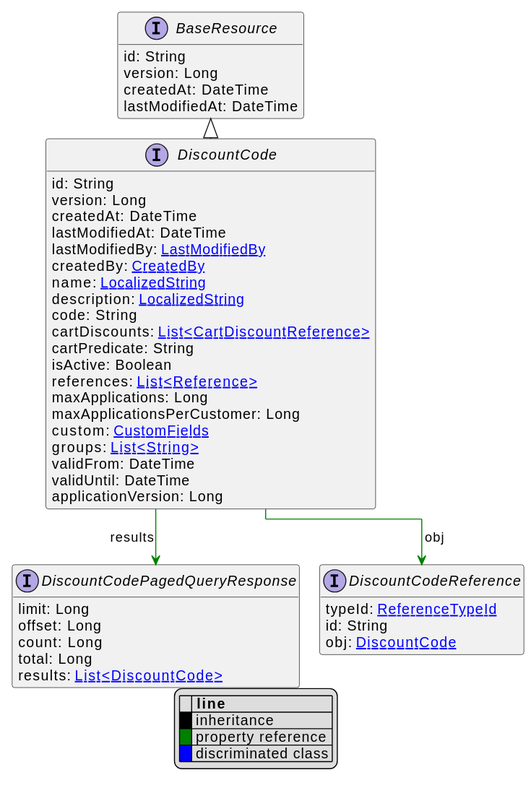
Above: uml/api/svg/DiscountCode.svg in commercetools/commercetools-api-reference (PlantUML), before the change.
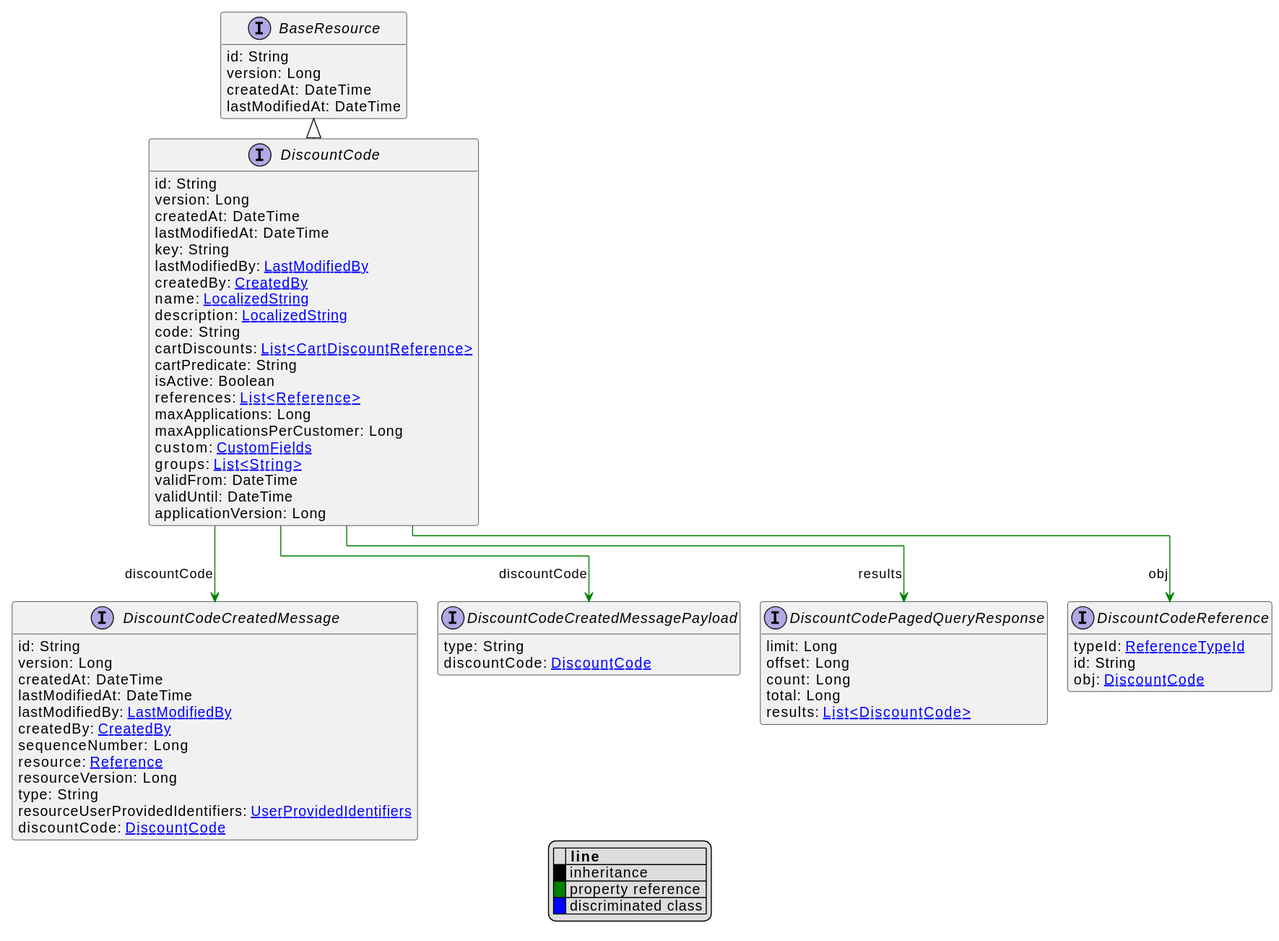
The same diagram one commit later.

The edit, as a diff of the source:
```diff
@@ -13,6 +13,7 @@
     version: Long
     createdAt: DateTime
     lastModifiedAt: DateTime
+    key: String
     lastModifiedBy: [[LastModifiedBy.svg LastModifiedBy]]
     createdBy: [[CreatedBy.svg CreatedBy]]
     name: [[LocalizedString.svg LocalizedString]]
@@ -50,7 +51,27 @@
     id: String
     obj: [[DiscountCode.svg DiscountCode]]
 }
+interface DiscountCodeCreatedMessage [[DiscountCodeCreatedMessage.svg]]  {
+    id: String
+    version: Long
+    createdAt: DateTime
+    lastModifiedAt: DateTime
+    lastModifiedBy: [[LastModifiedBy.svg LastModifiedBy]]
+    createdBy: [[CreatedBy.svg CreatedBy]]
+    sequenceNumber: Long
+    resource: [[Reference.svg Reference]]
+    resourceVersion: Long
+    type: String
+    resourceUserProvidedIdentifiers: [[UserProvidedIdentifiers.svg UserProvidedIdentifiers]]
+    discountCode: [[DiscountCode.svg DiscountCode]]
+}
+interface DiscountCodeCreatedMessagePayload [[DiscountCodeCreatedMessagePayload.svg]]  {
+    type: String
+    discountCode: [[DiscountCode.svg DiscountCode]]
+}
 
 DiscountCode --> DiscountCodePagedQueryResponse #green;text:green : "results"
 DiscountCode --> DiscountCodeReference #green;text:green : "obj"
+DiscountCode --> DiscountCodeCreatedMessage #green;text:green : "discountCode"
+DiscountCode --> DiscountCodeCreatedMessagePayload #green;text:green : "discountCode"
 @enduml
```
